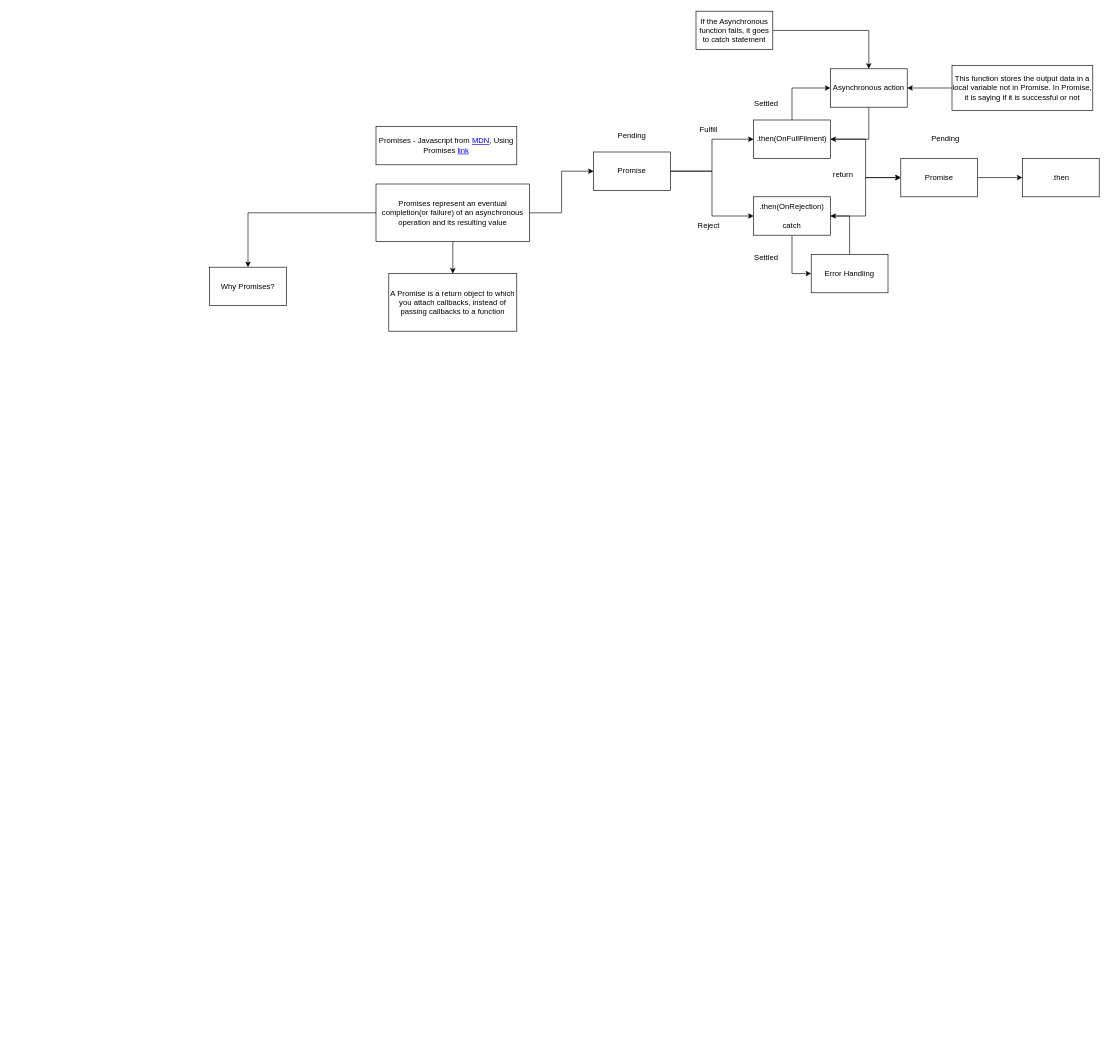
Above: Javascript.drawio in KaidenCoder/DrawIORepo (draw.io), before the change. Source tidied: cells renumbered, new cells numbered last; positions are measured from the earlier drawing's top-left corner, leaving out a move shared by most shapes. Both pictures are drawn from the tidied source at 64%, with x=0, y=0 at pixel (209, 11).
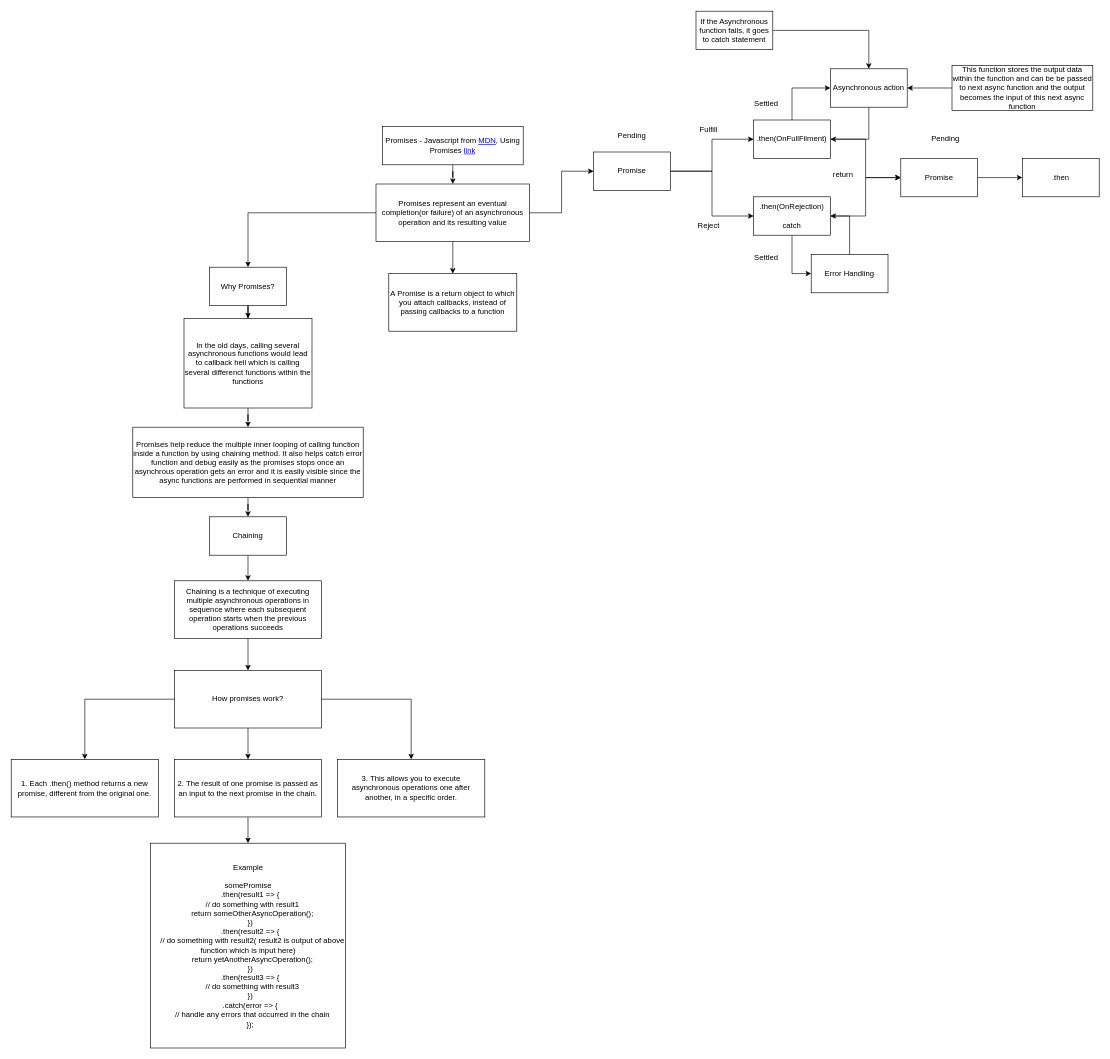
After the change.

The change refers to these unchanged cells:
```xml
<mxCell id="6" value="Promises represent an eventual completion(or failure) of an asynchronous operation and its resulting value" style="rounded=0;whiteSpace=wrap;html=1;" parent="1" vertex="1">
  <mxGeometry x="260" y="270" width="240" height="90" as="geometry" />
</mxCell>
<mxCell id="35" value="Why Promises?" style="rounded=0;whiteSpace=wrap;html=1;" parent="1" vertex="1">
  <mxGeometry y="400" width="120" height="60" as="geometry" />
</mxCell>
```

What changed in the source:
```diff
@@
+    <mxCell id="36" style="edgeStyle=orthogonalEdgeStyle;rounded=0;jettySize=auto;html=1;" parent="1" edge="1" source="2" target="6">
+      <mxGeometry relative="1" as="geometry" />
+    </mxCell>
     <mxCell id="2" value="Promises - Javascript from &lt;a href=&quot;https://developer.mozilla.org/en-US/docs/Web/JavaScript/Reference/Global_Objects/Promise&quot;&gt;MDN&lt;/a&gt;, Using Promises &lt;a href=&quot;https://developer.mozilla.org/en-US/docs/Web/JavaScript/Guide/Using_promises&quot;&gt;link&lt;/a&gt;" style="rounded=0;whiteSpace=wrap;html=1;" parent="1" vertex="1">
-      <mxGeometry x="260" y="180" width="220" height="60" as="geometry" />
+      <mxGeometry x="270" y="180" width="220" height="60" as="geometry" />
     </mxCell>
@@
-    <mxCell id="31" value="This function stores the output data in a local variable not in Promise. In Promise, it is saying if it is successful or not" style="rounded=0;whiteSpace=wrap;html=1;" parent="1" vertex="1">
+    <mxCell id="31" value="This function stores the output data within the function and can be be passed to next async function and the output becomes the input of this next async function" style="rounded=0;whiteSpace=wrap;html=1;" parent="1" vertex="1">
       <mxGeometry x="1160" y="85" width="220" height="70" as="geometry" />
     </mxCell>
@@
+    <mxCell id="37" style="edgeStyle=orthogonalEdgeStyle;rounded=0;jettySize=auto;html=1;" parent="1" edge="1" source="35" target="39">
+      <mxGeometry relative="1" as="geometry" />
+    </mxCell>
@@
+    <mxCell id="38" style="edgeStyle=orthogonalEdgeStyle;rounded=0;jettySize=auto;html=1;" parent="1" edge="1" source="39" target="41">
+      <mxGeometry relative="1" as="geometry" />
+    </mxCell>
+    <mxCell id="39" value="In the old days, calling several asynchronous functions would lead to callback hell which is calling several differenct functions within the functions" style="rounded=0;whiteSpace=wrap;html=1;" parent="1" vertex="1">
+      <mxGeometry x="-40" y="480" width="200" height="140" as="geometry" />
+    </mxCell>
+    <mxCell id="40" style="edgeStyle=orthogonalEdgeStyle;rounded=0;jettySize=auto;html=1;" parent="1" edge="1" source="41" target="43">
+      <mxGeometry relative="1" as="geometry" />
+    </mxCell>
+    <mxCell id="41" value="Promises help reduce the multiple inner looping of calling function inside a function by using chaining method. It also helps catch error function and debug easily as the promises stops once an asynchrous operation gets an error and it is easily visible since the async functions are performed in sequential manner" style="rounded=0;whiteSpace=wrap;html=1;" parent="1" vertex="1">
+      <mxGeometry x="-120" y="650" width="360" height="110" as="geometry" />
+    </mxCell>
+    <mxCell id="42" style="edgeStyle=orthogonalEdgeStyle;rounded=0;jettySize=auto;html=1;entryX=0.5;entryY=0;entryDx=0;entryDy=0;" parent="1" edge="1" source="43" target="45">
+      <mxGeometry relative="1" as="geometry" />
+    </mxCell>
+    <mxCell id="43" value="Chaining" style="rounded=0;whiteSpace=wrap;html=1;" parent="1" vertex="1">
+      <mxGeometry y="790" width="120" height="60" as="geometry" />
+    </mxCell>
+    <mxCell id="44" style="edgeStyle=orthogonalEdgeStyle;rounded=0;jettySize=auto;html=1;entryX=0.5;entryY=0;entryDx=0;entryDy=0;" parent="1" edge="1" source="45" target="49">
+      <mxGeometry relative="1" as="geometry" />
+    </mxCell>
+    <mxCell id="45" value="Chaining is a technique of executing multiple asynchronous operations in sequence where each subsequent operation starts when the previous operations succeeds" style="rounded=0;whiteSpace=wrap;html=1;" parent="1" vertex="1">
+      <mxGeometry x="-55" y="890" width="230" height="90" as="geometry" />
+    </mxCell>
+    <mxCell id="46" style="edgeStyle=orthogonalEdgeStyle;rounded=0;jettySize=auto;html=1;entryX=0.5;entryY=0;entryDx=0;entryDy=0;" parent="1" edge="1" source="49" target="50">
+      <mxGeometry relative="1" as="geometry" />
+    </mxCell>
+    <mxCell id="47" style="edgeStyle=orthogonalEdgeStyle;rounded=0;jettySize=auto;html=1;" parent="1" edge="1" source="49" target="52">
+      <mxGeometry relative="1" as="geometry" />
+    </mxCell>
+    <mxCell id="48" style="edgeStyle=orthogonalEdgeStyle;rounded=0;jettySize=auto;html=1;" parent="1" edge="1" source="49" target="53">
+      <mxGeometry relative="1" as="geometry" />
+    </mxCell>
+    <mxCell id="49" value="How promises work?" style="rounded=0;whiteSpace=wrap;html=1;" parent="1" vertex="1">
+      <mxGeometry x="-55" y="1030" width="230" height="90" as="geometry" />
+    </mxCell>
+    <mxCell id="50" value="1.&amp;nbsp;Each .then() method returns a new promise, different from the original one." style="rounded=0;whiteSpace=wrap;html=1;" parent="1" vertex="1">
+      <mxGeometry x="-310" y="1169" width="230" height="90" as="geometry" />
+    </mxCell>
+    <mxCell id="51" style="edgeStyle=orthogonalEdgeStyle;rounded=0;jettySize=auto;html=1;" parent="1" edge="1" source="52" target="54">
+      <mxGeometry relative="1" as="geometry" />
+    </mxCell>
+    <mxCell id="52" value="2.&amp;nbsp;The result of one promise is passed as an input to the next promise in the chain." style="rounded=0;whiteSpace=wrap;html=1;" parent="1" vertex="1">
+      <mxGeometry x="-55" y="1169" width="230" height="90" as="geometry" />
+    </mxCell>
+    <mxCell id="53" value="3.&amp;nbsp;This allows you to execute asynchronous operations one after another, in a specific order." style="rounded=0;whiteSpace=wrap;html=1;" parent="1" vertex="1">
+      <mxGeometry x="200" y="1169" width="230" height="90" as="geometry" />
+    </mxCell>
+    <mxCell id="54" value="&lt;div&gt;Example&lt;br&gt;&lt;br&gt;somePromise&lt;/div&gt;&lt;div&gt;&amp;nbsp; .then(result1 =&amp;gt; {&lt;/div&gt;&lt;div&gt;&amp;nbsp; &amp;nbsp; // do something with result1&lt;/div&gt;&lt;div&gt;&amp;nbsp; &amp;nbsp; return someOtherAsyncOperation();&lt;/div&gt;&lt;div&gt;&amp;nbsp; })&lt;/div&gt;&lt;div&gt;&amp;nbsp; .then(result2 =&amp;gt; {&lt;/div&gt;&lt;div&gt;&amp;nbsp; &amp;nbsp; // do something with result2( result2 is output of above function which is input here)&lt;/div&gt;&lt;div&gt;&amp;nbsp; &amp;nbsp; return yetAnotherAsyncOperation();&lt;/div&gt;&lt;div&gt;&amp;nbsp; })&lt;/div&gt;&lt;div&gt;&amp;nbsp; .then(result3 =&amp;gt; {&lt;/div&gt;&lt;div&gt;&amp;nbsp; &amp;nbsp; // do something with result3&lt;/div&gt;&lt;div&gt;&amp;nbsp; })&lt;/div&gt;&lt;div&gt;&amp;nbsp; .catch(error =&amp;gt; {&lt;/div&gt;&lt;div&gt;&amp;nbsp; &amp;nbsp; // handle any errors that occurred in the chain&lt;/div&gt;&lt;div&gt;&amp;nbsp; });&lt;/div&gt;" style="rounded=0;whiteSpace=wrap;html=1;" parent="1" vertex="1">
+      <mxGeometry x="-92.5" y="1300" width="305" height="320" as="geometry" />
+    </mxCell>
```
